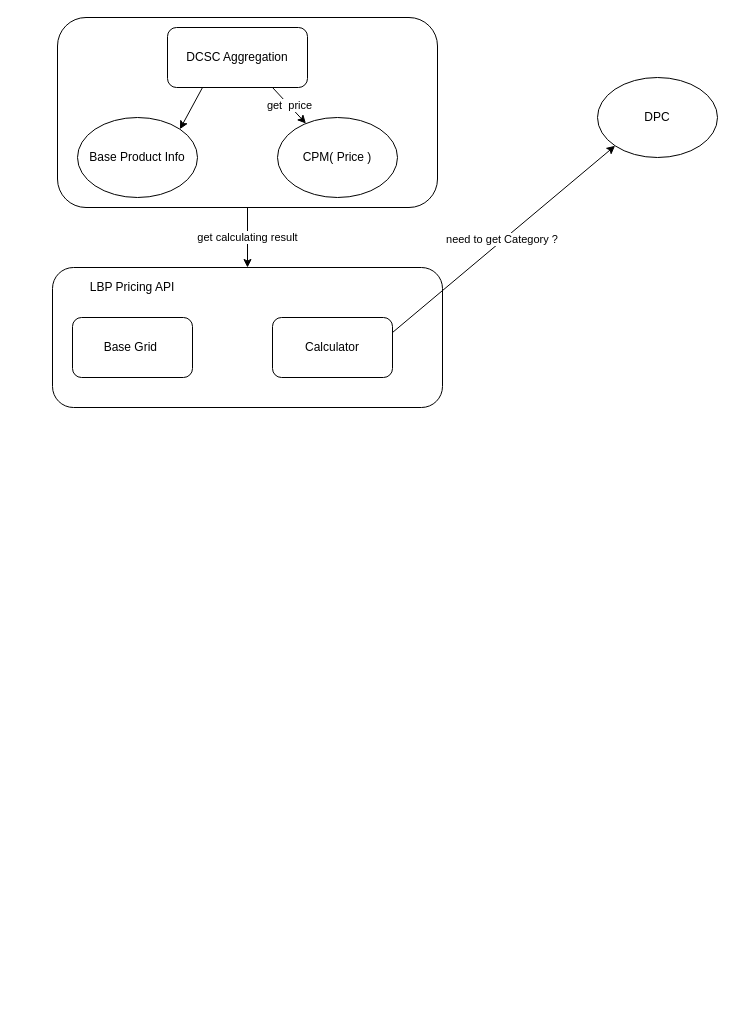
Above: dcsc.drawio in clearriver/draw (draw.io), before the change. Source tidied: cells renumbered, new cells numbered last; positions are measured from the earlier drawing's top-left corner, leaving out a move shared by most shapes. Both pictures are drawn from the tidied source at 100%, with x=0, y=0 at pixel (52, 17).
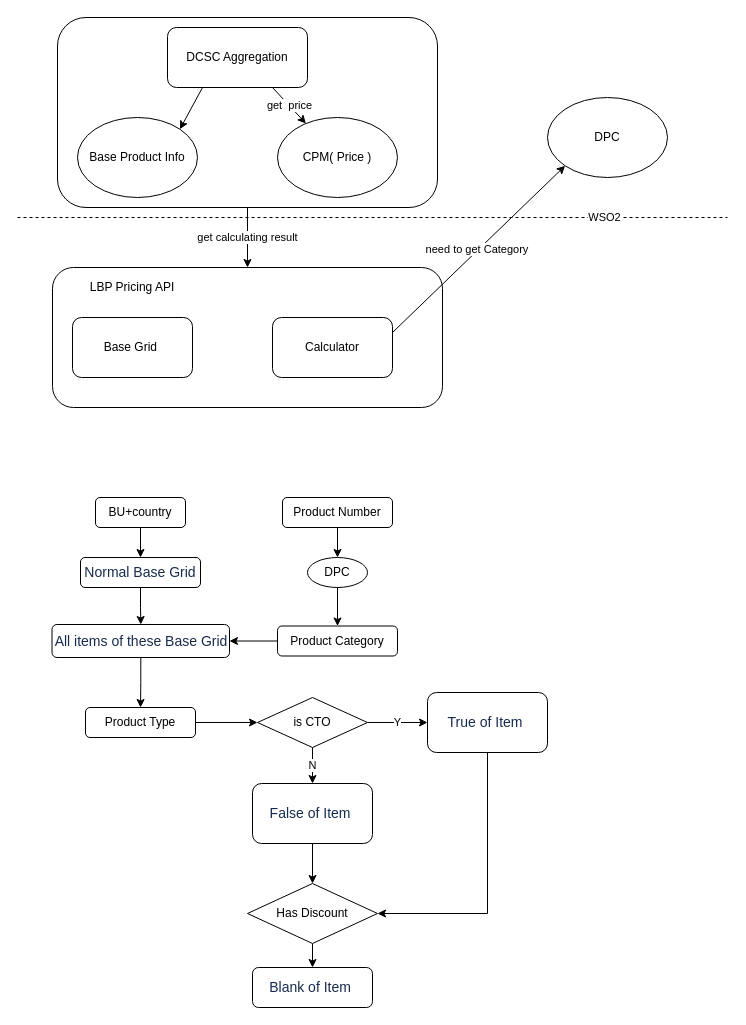
The same page after the edit.

Unchanged cells that the change refers to:
```xml
<mxCell id="13" value="Calculator" style="rounded=1;whiteSpace=wrap;html=1;" parent="1" vertex="1">
  <mxGeometry x="220" y="300" width="120" height="60" as="geometry" />
</mxCell>
```

What changed in the source:
```diff
@@
     <mxCell id="9" value="DPC" style="ellipse;whiteSpace=wrap;html=1;" parent="1" vertex="1">
-      <mxGeometry x="545" y="60" width="120" height="80" as="geometry" />
+      <mxGeometry x="495" y="80" width="120" height="80" as="geometry" />
     </mxCell>
-    <mxCell id="10" value="need to get Category ?&amp;nbsp;" style="endArrow=classic;html=1;exitX=1;exitY=0.25;exitDx=0;exitDy=0;entryX=0;entryY=1;entryDx=0;entryDy=0;" parent="1" edge="1" source="13" target="9">
+    <mxCell id="10" value="need to get Category&amp;nbsp;" style="endArrow=classic;html=1;exitX=1;exitY=0.25;exitDx=0;exitDy=0;entryX=0;entryY=1;entryDx=0;entryDy=0;" parent="1" edge="1" source="13" target="9">
       <mxGeometry relative="1" as="geometry" />
     </mxCell>
@@
+    <mxCell id="15" style="edgeStyle=orthogonalEdgeStyle;rounded=0;jettySize=auto;html=1;entryX=0.5;entryY=0;entryDx=0;entryDy=0;" parent="1" edge="1" source="16" target="18">
+      <mxGeometry relative="1" as="geometry" />
+    </mxCell>
+    <mxCell id="16" value="BU+country" style="rounded=1;whiteSpace=wrap;html=1;" parent="1" vertex="1">
+      <mxGeometry x="43" y="480" width="90" height="30" as="geometry" />
+    </mxCell>
+    <mxCell id="17" style="edgeStyle=orthogonalEdgeStyle;rounded=0;jettySize=auto;html=1;" parent="1" edge="1" source="18" target="22">
+      <mxGeometry relative="1" as="geometry" />
+    </mxCell>
+    <mxCell id="18" value="&lt;span style=&quot;color: rgb(23 , 43 , 77) ; font-family: , &amp;#34;blinkmacsystemfont&amp;#34; , &amp;#34;segoe ui&amp;#34; , &amp;#34;roboto&amp;#34; , &amp;#34;oxygen&amp;#34; , &amp;#34;ubuntu&amp;#34; , &amp;#34;fira sans&amp;#34; , &amp;#34;droid sans&amp;#34; , &amp;#34;helvetica neue&amp;#34; , sans-serif ; font-size: 14px ; background-color: rgb(255 , 255 , 255)&quot;&gt;Normal Base Grid&lt;/span&gt;" style="rounded=1;whiteSpace=wrap;html=1;" parent="1" vertex="1">
+      <mxGeometry x="28" y="540" width="120" height="30" as="geometry" />
+    </mxCell>
+    <mxCell id="19" style="endArrow=none;dashed=1;html=1;" parent="1" edge="1">
+      <mxGeometry relative="1" as="geometry">
+        <mxPoint x="-35" y="200" as="sourcePoint" />
+        <mxPoint x="675" y="200" as="targetPoint" />
+      </mxGeometry>
+    </mxCell>
+    <mxCell id="20" value="WSO2" style="edgeLabel;html=1;align=center;verticalAlign=middle;" parent="19" vertex="1">
+      <mxGeometry x="0.65" y="1" relative="1" as="geometry" />
+    </mxCell>
+    <mxCell id="21" style="edgeStyle=orthogonalEdgeStyle;rounded=0;jettySize=auto;html=1;" parent="1" edge="1" source="22" target="30">
+      <mxGeometry relative="1" as="geometry" />
+    </mxCell>
+    <mxCell id="22" value="&lt;span style=&quot;color: rgb(23 , 43 , 77) ; font-family: , &amp;#34;blinkmacsystemfont&amp;#34; , &amp;#34;segoe ui&amp;#34; , &amp;#34;roboto&amp;#34; , &amp;#34;oxygen&amp;#34; , &amp;#34;ubuntu&amp;#34; , &amp;#34;fira sans&amp;#34; , &amp;#34;droid sans&amp;#34; , &amp;#34;helvetica neue&amp;#34; , sans-serif ; font-size: 14px ; background-color: rgb(255 , 255 , 255)&quot;&gt;All items of these Base Grid&lt;/span&gt;" style="rounded=1;whiteSpace=wrap;html=1;" parent="1" vertex="1">
+      <mxGeometry x="-0.5" y="607" width="177.5" height="33" as="geometry" />
+    </mxCell>
+    <mxCell id="23" style="edgeStyle=orthogonalEdgeStyle;rounded=0;jettySize=auto;html=1;" parent="1" edge="1" source="24" target="26">
+      <mxGeometry relative="1" as="geometry" />
+    </mxCell>
+    <mxCell id="24" value="Product Number" style="rounded=1;whiteSpace=wrap;html=1;" parent="1" vertex="1">
+      <mxGeometry x="230" y="480" width="110" height="30" as="geometry" />
+    </mxCell>
+    <mxCell id="25" style="edgeStyle=orthogonalEdgeStyle;rounded=0;jettySize=auto;html=1;entryX=0.5;entryY=0;entryDx=0;entryDy=0;" parent="1" edge="1" source="26" target="28">
+      <mxGeometry relative="1" as="geometry" />
+    </mxCell>
+    <mxCell id="26" value="DPC" style="ellipse;whiteSpace=wrap;html=1;" parent="1" vertex="1">
+      <mxGeometry x="255" y="540" width="60" height="30" as="geometry" />
+    </mxCell>
+    <mxCell id="27" style="edgeStyle=orthogonalEdgeStyle;rounded=0;jettySize=auto;html=1;entryX=1;entryY=0.5;entryDx=0;entryDy=0;" parent="1" edge="1" source="28" target="22">
+      <mxGeometry relative="1" as="geometry" />
+    </mxCell>
+    <mxCell id="28" value="Product Category" style="rounded=1;whiteSpace=wrap;html=1;" parent="1" vertex="1">
+      <mxGeometry x="225" y="608.5" width="120" height="30" as="geometry" />
+    </mxCell>
+    <mxCell id="29" style="edgeStyle=orthogonalEdgeStyle;rounded=0;jettySize=auto;html=1;entryX=0;entryY=0.5;entryDx=0;entryDy=0;" parent="1" edge="1" source="30" target="33">
+      <mxGeometry relative="1" as="geometry" />
+    </mxCell>
+    <mxCell id="30" value="Product Type" style="rounded=1;whiteSpace=wrap;html=1;" parent="1" vertex="1">
+      <mxGeometry x="33" y="690" width="110" height="30" as="geometry" />
+    </mxCell>
+    <mxCell id="31" value="N" style="edgeStyle=orthogonalEdgeStyle;rounded=0;jettySize=auto;html=1;" parent="1" edge="1" source="33" target="35">
+      <mxGeometry relative="1" as="geometry" />
+    </mxCell>
+    <mxCell id="32" value="Y" style="edgeStyle=orthogonalEdgeStyle;rounded=0;jettySize=auto;html=1;entryX=0;entryY=0.5;entryDx=0;entryDy=0;" parent="1" edge="1" source="33" target="37">
+      <mxGeometry relative="1" as="geometry" />
+    </mxCell>
+    <mxCell id="33" value="is CTO" style="rhombus;whiteSpace=wrap;html=1;" parent="1" vertex="1">
+      <mxGeometry x="205" y="680" width="110" height="50" as="geometry" />
+    </mxCell>
+    <mxCell id="34" style="edgeStyle=orthogonalEdgeStyle;rounded=0;jettySize=auto;html=1;entryX=0.5;entryY=0;entryDx=0;entryDy=0;" parent="1" edge="1" source="35" target="40">
+      <mxGeometry relative="1" as="geometry" />
+    </mxCell>
+    <mxCell id="35" value="&lt;span style=&quot;color: rgb(23 , 43 , 77) ; font-family: , &amp;#34;blinkmacsystemfont&amp;#34; , &amp;#34;segoe ui&amp;#34; , &amp;#34;roboto&amp;#34; , &amp;#34;oxygen&amp;#34; , &amp;#34;ubuntu&amp;#34; , &amp;#34;fira sans&amp;#34; , &amp;#34;droid sans&amp;#34; , &amp;#34;helvetica neue&amp;#34; , sans-serif ; font-size: 14px ; background-color: rgb(255 , 255 , 255)&quot;&gt;False of Item&amp;nbsp;&lt;/span&gt;" style="rounded=1;whiteSpace=wrap;html=1;" parent="1" vertex="1">
+      <mxGeometry x="200" y="766" width="120" height="60" as="geometry" />
+    </mxCell>
+    <mxCell id="36" style="edgeStyle=orthogonalEdgeStyle;rounded=0;jettySize=auto;html=1;entryX=1;entryY=0.5;entryDx=0;entryDy=0;" parent="1" edge="1" source="37" target="40">
+      <mxGeometry relative="1" as="geometry">
+        <Array as="points">
+          <mxPoint x="435" y="896" />
+        </Array>
+      </mxGeometry>
+    </mxCell>
+    <mxCell id="37" value="&lt;span style=&quot;color: rgb(23 , 43 , 77) ; font-family: , &amp;#34;blinkmacsystemfont&amp;#34; , &amp;#34;segoe ui&amp;#34; , &amp;#34;roboto&amp;#34; , &amp;#34;oxygen&amp;#34; , &amp;#34;ubuntu&amp;#34; , &amp;#34;fira sans&amp;#34; , &amp;#34;droid sans&amp;#34; , &amp;#34;helvetica neue&amp;#34; , sans-serif ; font-size: 14px ; background-color: rgb(255 , 255 , 255)&quot;&gt;True&amp;nbsp;&lt;/span&gt;&lt;span style=&quot;color: rgb(23 , 43 , 77) ; font-family: , &amp;#34;blinkmacsystemfont&amp;#34; , &amp;#34;segoe ui&amp;#34; , &amp;#34;roboto&amp;#34; , &amp;#34;oxygen&amp;#34; , &amp;#34;ubuntu&amp;#34; , &amp;#34;fira sans&amp;#34; , &amp;#34;droid sans&amp;#34; , &amp;#34;helvetica neue&amp;#34; , sans-serif ; font-size: 14px ; background-color: rgb(255 , 255 , 255)&quot;&gt;of Item&amp;nbsp;&lt;/span&gt;" style="rounded=1;whiteSpace=wrap;html=1;" parent="1" vertex="1">
+      <mxGeometry x="375" y="675" width="120" height="60" as="geometry" />
+    </mxCell>
+    <mxCell id="38" value="&lt;span style=&quot;color: rgb(23 , 43 , 77) ; font-family: , &amp;#34;blinkmacsystemfont&amp;#34; , &amp;#34;segoe ui&amp;#34; , &amp;#34;roboto&amp;#34; , &amp;#34;oxygen&amp;#34; , &amp;#34;ubuntu&amp;#34; , &amp;#34;fira sans&amp;#34; , &amp;#34;droid sans&amp;#34; , &amp;#34;helvetica neue&amp;#34; , sans-serif ; font-size: 14px ; background-color: rgb(255 , 255 , 255)&quot;&gt;Blank of Item&amp;nbsp;&lt;/span&gt;" style="rounded=1;whiteSpace=wrap;html=1;" parent="1" vertex="1">
+      <mxGeometry x="200" y="950" width="120" height="40" as="geometry" />
+    </mxCell>
+    <mxCell id="39" style="edgeStyle=orthogonalEdgeStyle;rounded=0;jettySize=auto;html=1;entryX=0.5;entryY=0;entryDx=0;entryDy=0;" parent="1" edge="1" source="40" target="38">
+      <mxGeometry relative="1" as="geometry" />
+    </mxCell>
+    <mxCell id="40" value="Has Discount" style="rhombus;whiteSpace=wrap;html=1;" parent="1" vertex="1">
+      <mxGeometry x="195" y="866" width="130" height="60" as="geometry" />
+    </mxCell>
```
